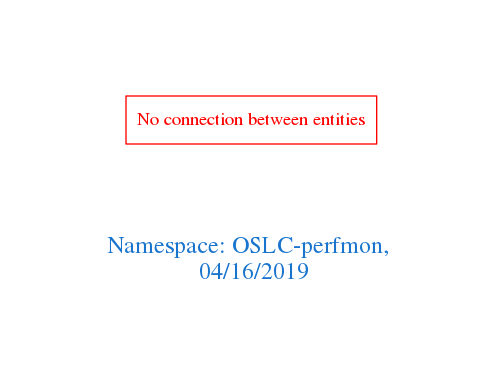
arago/OGIT keeps this Graphviz diagram as downloads/OSLC-perfmon.png. Above is the earlier version. Its source is kept beside it as downloads/OSLC-perfmon.dot.
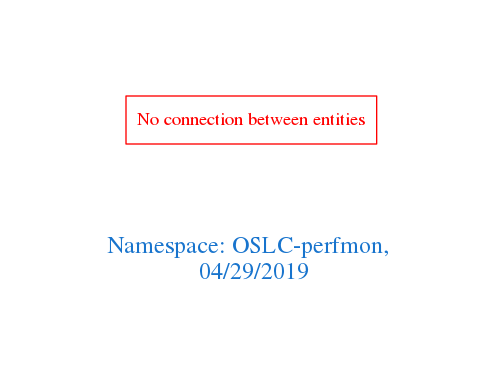
Later version of the same file.

What changed in the source:
```diff
@@ -1,7 +1,7 @@
 digraph OGIT_ontology {
  graph [ rankdir= LR,pad=1
 fontsize = 18,
-fontcolor= dodgerblue3,label = "\n\n\nNamespace: OSLC-perfmon, \n 04/16/2019"];
+fontcolor= dodgerblue3,label = "\n\n\nNamespace: OSLC-perfmon, \n 04/29/2019"];
 node[shape=polygon];
 edge [  color="gray81"];
 
```
